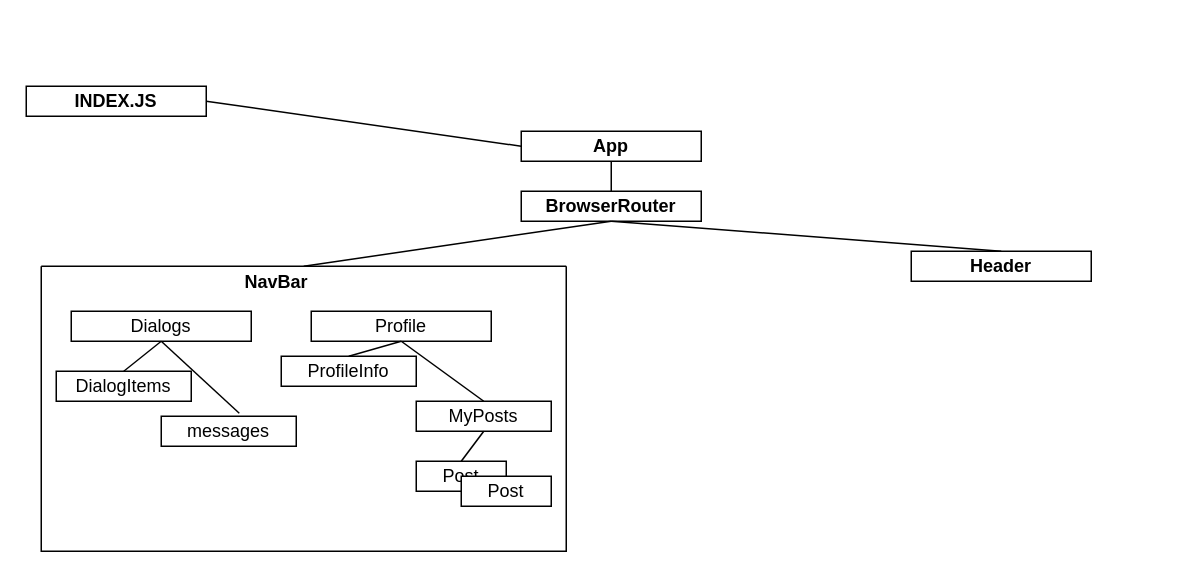
Earlier version of the draw.io diagram diagram/SocialNetwork(3).drawio (ramamike/react-learning). Source tidied: cells renumbered, new cells numbered last; positions are measured from the earlier drawing's top-left corner, leaving out a move shared by most shapes. Both pictures are drawn from the tidied source at 150%, with x=0, y=0 at pixel (26, 86).
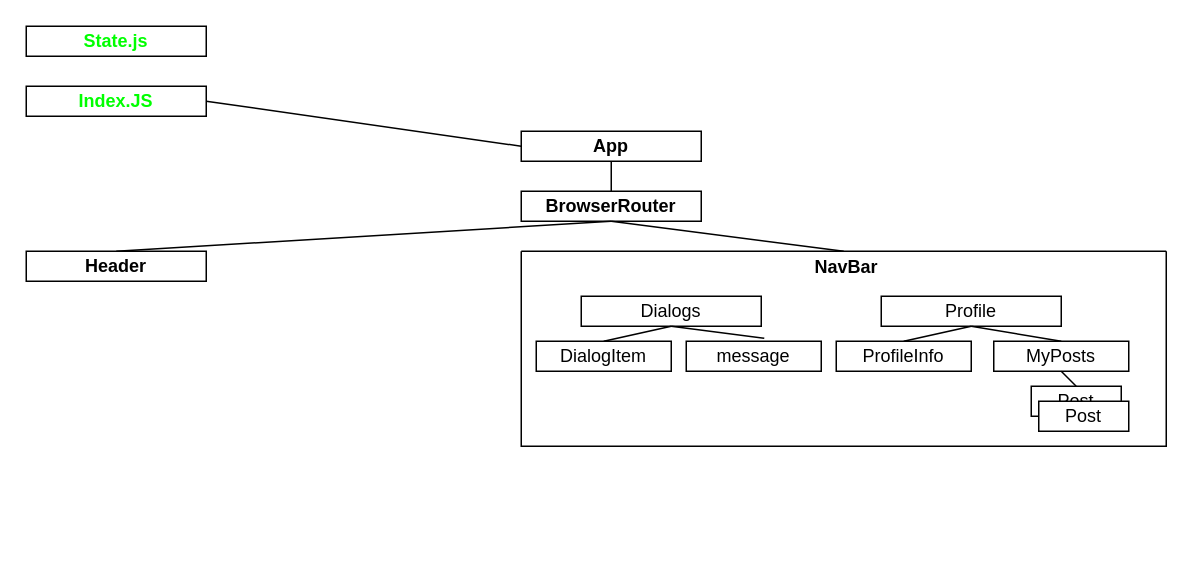
Above is the later version.

What changed in the source:
```diff
@@
-    <mxCell id="2" value="&lt;b&gt;INDEX.JS&lt;/b&gt;" style="rounded=0;whiteSpace=wrap;html=1;" parent="1" vertex="1">
+    <mxCell id="2" value="&lt;font color=&quot;#00FF00&quot;&gt;&lt;b&gt;Index.JS&lt;/b&gt;&lt;/font&gt;" style="rounded=0;whiteSpace=wrap;html=1;" parent="1" vertex="1">
       <mxGeometry width="120" height="20" as="geometry" />
     </mxCell>
@@
-    <mxCell id="6" value="&lt;b&gt;Header&lt;/b&gt;" style="rounded=0;whiteSpace=wrap;html=1;" parent="1" vertex="1">
-      <mxGeometry x="590" y="110" width="120" height="20" as="geometry" />
-    </mxCell>
@@
     <mxCell id="10" style="swimlane;startSize=0;" parent="1" vertex="1">
-      <mxGeometry x="10" y="120" width="350" height="190" as="geometry" />
+      <mxGeometry x="330" y="110" width="430" height="130" as="geometry" />
     </mxCell>
     <mxCell id="11" value="ProfileInfo" style="rounded=0;whiteSpace=wrap;html=1;" parent="10" vertex="1">
-      <mxGeometry x="160" y="60" width="90" height="20" as="geometry" />
+      <mxGeometry x="210" y="60" width="90" height="20" as="geometry" />
     </mxCell>
     <mxCell id="12" value="MyPosts" style="rounded=0;whiteSpace=wrap;html=1;" parent="10" vertex="1">
-      <mxGeometry x="250" y="90" width="90" height="20" as="geometry" />
+      <mxGeometry x="315" y="60" width="90" height="20" as="geometry" />
     </mxCell>
     <mxCell id="13" value="Post" style="rounded=0;whiteSpace=wrap;html=1;" parent="10" vertex="1">
-      <mxGeometry x="250" y="130" width="60" height="20" as="geometry" />
+      <mxGeometry x="340" y="90" width="60" height="20" as="geometry" />
     </mxCell>
@@
     <mxCell id="15" value="Dialogs" style="rounded=0;whiteSpace=wrap;html=1;" parent="10" vertex="1">
-      <mxGeometry x="20" y="30" width="120" height="20" as="geometry" />
+      <mxGeometry x="40" y="30" width="120" height="20" as="geometry" />
     </mxCell>
     <mxCell id="16" value="Profile" style="rounded=0;whiteSpace=wrap;html=1;" parent="10" vertex="1">
-      <mxGeometry x="180" y="30" width="120" height="20" as="geometry" />
+      <mxGeometry x="240" y="30" width="120" height="20" as="geometry" />
     </mxCell>
@@
     <mxCell id="19" value="Post" style="rounded=0;whiteSpace=wrap;html=1;" parent="10" vertex="1">
-      <mxGeometry x="280" y="140" width="60" height="20" as="geometry" />
+      <mxGeometry x="345" y="100" width="60" height="20" as="geometry" />
     </mxCell>
     <mxCell id="20" value="NavBar" style="text;strokeColor=none;fillColor=none;align=left;verticalAlign=middle;spacingLeft=4;spacingRight=4;overflow=hidden;fontStyle=1;" parent="10" vertex="1">
-      <mxGeometry x="130" width="70" height="20" as="geometry" />
+      <mxGeometry x="190" width="70" height="20" as="geometry" />
     </mxCell>
-    <mxCell id="21" value="DialogItems" style="rounded=0;whiteSpace=wrap;html=1;" parent="10" vertex="1">
-      <mxGeometry x="10" y="70" width="90" height="20" as="geometry" />
+    <mxCell id="21" value="DialogItem" style="rounded=0;whiteSpace=wrap;html=1;" parent="10" vertex="1">
+      <mxGeometry x="10" y="60" width="90" height="20" as="geometry" />
     </mxCell>
-    <mxCell id="22" value="messages" style="rounded=0;whiteSpace=wrap;html=1;" parent="10" vertex="1">
-      <mxGeometry x="80" y="100" width="90" height="20" as="geometry" />
+    <mxCell id="22" value="message" style="rounded=0;whiteSpace=wrap;html=1;" parent="10" vertex="1">
+      <mxGeometry x="110" y="60" width="90" height="20" as="geometry" />
     </mxCell>
@@
+    <mxCell id="6" value="&lt;b&gt;Header&lt;/b&gt;" style="rounded=0;whiteSpace=wrap;html=1;" parent="1" vertex="1">
+      <mxGeometry y="110" width="120" height="20" as="geometry" />
+    </mxCell>
+    <mxCell id="25" value="&lt;font color=&quot;#00FF00&quot;&gt;&lt;b&gt;State.js&lt;/b&gt;&lt;/font&gt;" style="rounded=0;whiteSpace=wrap;html=1;" parent="1" vertex="1">
+      <mxGeometry y="-40" width="120" height="20" as="geometry" />
+    </mxCell>
```
